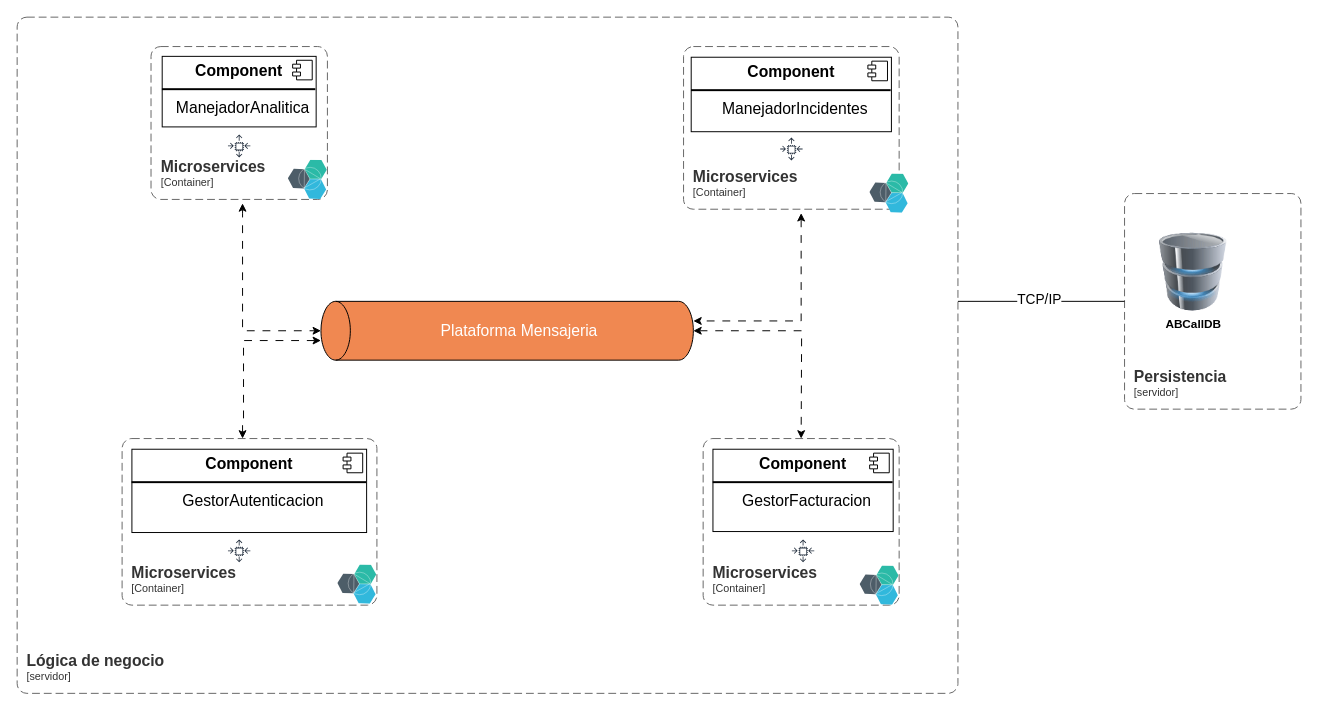
Earlier version of the draw.io diagram page "hu experimento arquitectura abcall asincrono" (8 of 8) of diagramas.drawio (lordmkichavi-andes/MISW4202-202414-Grupo017). Source tidied: cells renumbered, new cells numbered last; positions are measured from the earlier drawing's top-left corner, leaving out a move shared by most shapes. Both pictures are drawn from the tidied source at 98%, with x=0, y=0 at pixel (17, 17).
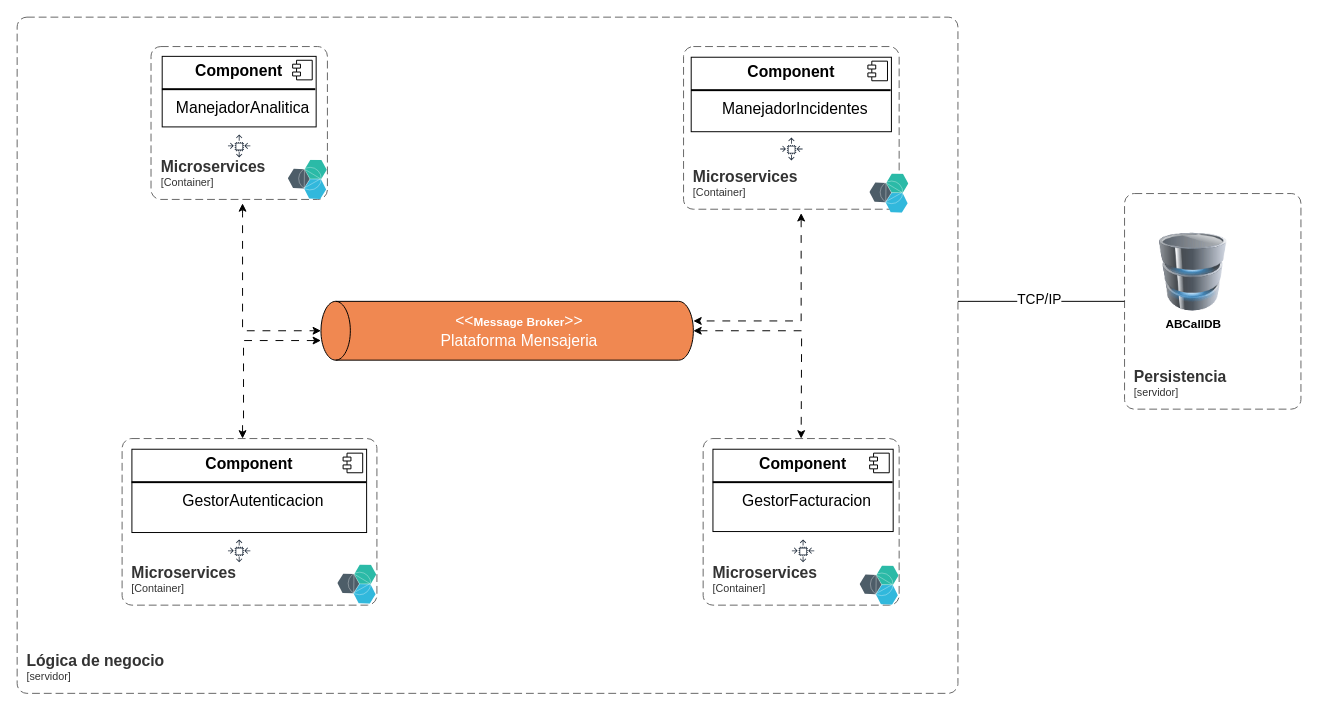
Above is the later version.

Change to the diagram source:
```diff
@@
-    <mxCell id="19" value="&lt;font color=&quot;#ffffff&quot; style=&quot;font-size: 16px;&quot;&gt;Plataforma Mensajeria&lt;/font&gt;" style="shape=cylinder3;whiteSpace=wrap;html=1;boundedLbl=1;backgroundOutline=1;size=15;direction=north;fillColor=#f08851;strokeColor=#000000;" parent="1" vertex="1">
+    <mxCell id="19" value="&lt;div&gt;&lt;font color=&quot;#ffffff&quot;&gt;&lt;font style=&quot;font-size: 16px;&quot;&gt;&amp;lt;&amp;lt;&lt;/font&gt;&lt;strong style=&quot;background-color: initial;&quot;&gt;Message Broker&lt;/strong&gt;&lt;span style=&quot;font-size: 16px; background-color: initial;&quot;&gt;&amp;gt;&amp;gt;&lt;/span&gt;&lt;/font&gt;&lt;/div&gt;&lt;font color=&quot;#ffffff&quot; style=&quot;font-size: 16px;&quot;&gt;Plataforma Mensajeria&lt;/font&gt;" style="shape=cylinder3;whiteSpace=wrap;html=1;boundedLbl=1;backgroundOutline=1;size=15;direction=north;fillColor=#f08851;strokeColor=#000000;" parent="1" vertex="1">
       <mxGeometry x="310" y="290" width="380" height="60" as="geometry" />
     </mxCell>
```
